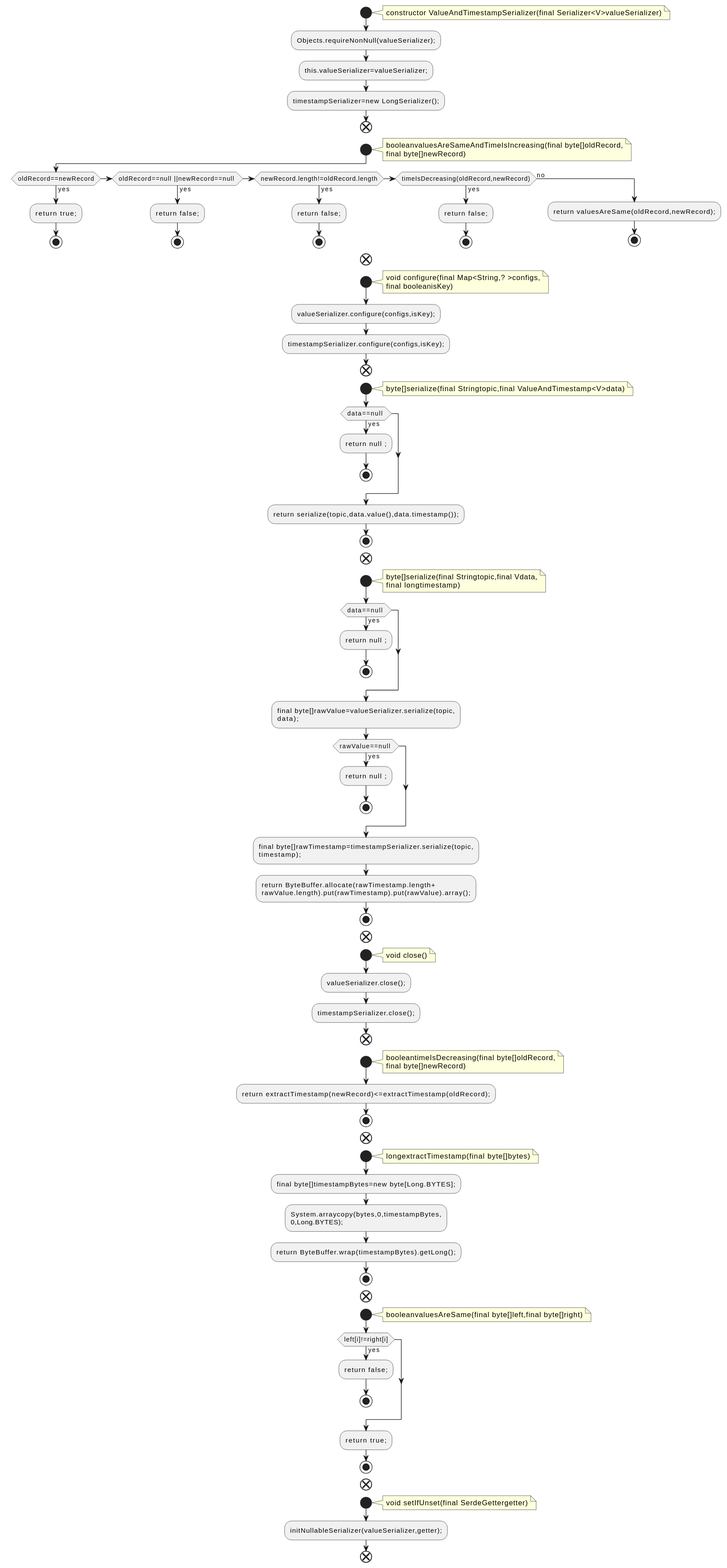
Before: docs/qc/streams/src/main/java/org/apache/kafka/streams/state/internals/ValueAndTimestampSerializer.java.fct.svg, a diagram exported from PlantUML (qualitesys/kafka).
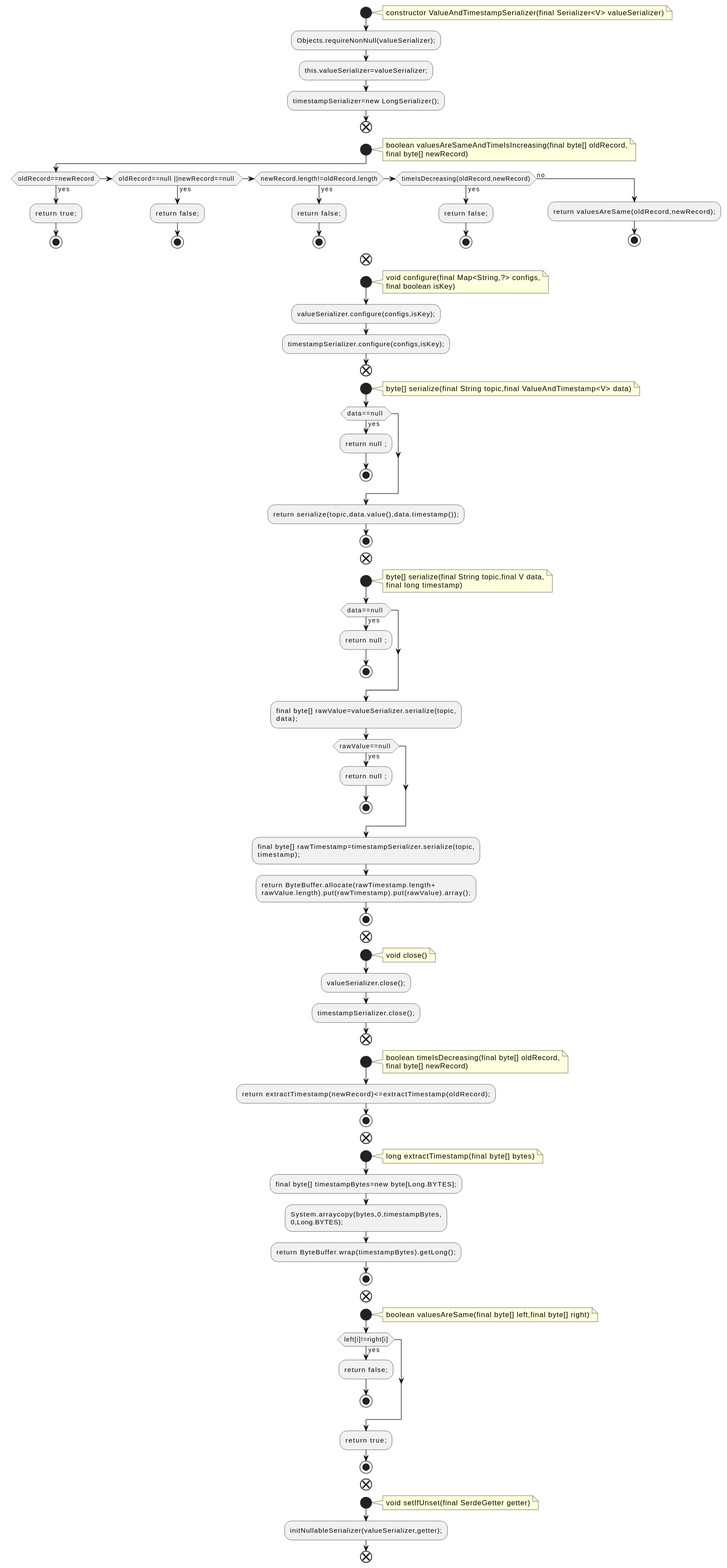
Later version of the same file.

The edit, as a diff of the source:
```diff
@@ -2,7 +2,7 @@
 !pragma layout smetana
 start
 note right
-constructor ValueAndTimestampSerializer(final Serializer<V>valueSerializer)
+constructor ValueAndTimestampSerializer(final Serializer<V> valueSerializer)
 end note
 :Objects.requireNonNull(valueSerializer);;
 :this.valueSerializer=valueSerializer;;
@@ -10,8 +10,8 @@
 end
 start
 note right
-booleanvaluesAreSameAndTimeIsIncreasing(final byte[]oldRecord,
-final byte[]newRecord)
+boolean valuesAreSameAndTimeIsIncreasing(final byte[] oldRecord,
+final byte[] newRecord)
 end note
 if (oldRecord==newRecord) then (yes)
 :return true;;
@@ -32,15 +32,15 @@
 end
 start
 note right
-void configure(final Map<String,? >configs,
-final booleanisKey)
+void configure(final Map<String,?> configs,
+final boolean isKey)
 end note
 :valueSerializer.configure(configs,isKey);;
 :timestampSerializer.configure(configs,isKey);;
 end
 start
 note right
-byte[]serialize(final Stringtopic,final ValueAndTimestamp<V>data)
+byte[] serialize(final String topic,final ValueAndTimestamp<V> data)
 end note
 if (data==null ) then (yes)
 :return null ;;
@@ -51,20 +51,20 @@
 end
 start
 note right
-byte[]serialize(final Stringtopic,final Vdata,
-final longtimestamp)
+byte[] serialize(final String topic,final V data,
+final long timestamp)
 end note
 if (data==null ) then (yes)
 :return null ;;
 stop
 endif
-:final byte[]rawValue=valueSerializer.serialize(topic,
+:final byte[] rawValue=valueSerializer.serialize(topic,
 data);;
 if (rawValue==null ) then (yes)
 :return null ;;
 stop
 endif
-:final byte[]rawTimestamp=timestampSerializer.serialize(topic,
+:final byte[] rawTimestamp=timestampSerializer.serialize(topic,
 timestamp);;
 :return ByteBuffer.allocate(rawTimestamp.length+
 rawValue.length).put(rawTimestamp).put(rawValue).array();;
@@ -79,17 +79,17 @@
 end
 start
 note right
-booleantimeIsDecreasing(final byte[]oldRecord,
-final byte[]newRecord)
+boolean timeIsDecreasing(final byte[] oldRecord,
+final byte[] newRecord)
 end note
 :return extractTimestamp(newRecord)<=extractTimestamp(oldRecord);;
 stop
 end
 start
 note right
-longextractTimestamp(final byte[]bytes)
+long extractTimestamp(final byte[] bytes)
 end note
-:final byte[]timestampBytes=new byte[Long.BYTES];;
+:final byte[] timestampBytes=new byte[Long.BYTES];;
 :System.arraycopy(bytes,0,timestampBytes,
 0,Long.BYTES);;
 :return ByteBuffer.wrap(timestampBytes).getLong();;
@@ -97,7 +97,7 @@
 end
 start
 note right
-booleanvaluesAreSame(final byte[]left,final byte[]right)
+boolean valuesAreSame(final byte[] left,final byte[] right)
 end note
 if (left[i]!=right[i]) then (yes)
 :return false;;
@@ -108,7 +108,7 @@
 end
 start
 note right
-void setIfUnset(final SerdeGettergetter)
+void setIfUnset(final SerdeGetter getter)
 end note
 :initNullableSerializer(valueSerializer,getter);;
 end
```
